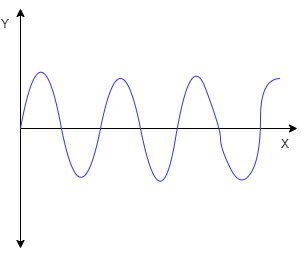
Before: Seasonality.png, a diagram exported from draw.io (satishgunjal/Images). Source tidied: cells renumbered, new cells last; positions are measured from the earlier drawing's top-left corner, leaving out a move shared by most shapes.
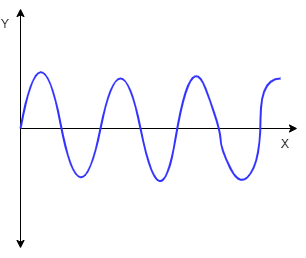
The same file after the commit.

Diff of the diagram source:
```diff
@@ -20,7 +20,7 @@
     <mxCell id="5" value="X" style="text;html=1;strokeColor=none;fillColor=none;align=center;verticalAlign=middle;whiteSpace=wrap;rounded=0;" parent="1" vertex="1">
       <mxGeometry x="280" y="130" width="10" height="10" as="geometry" />
     </mxCell>
-    <mxCell id="6" style="curved=1;endArrow=none;html=1;strokeColor=#3333FF;strokeWidth=1;startArrow=none;startFill=0;endFill=0;" parent="1" edge="1">
+    <mxCell id="6" style="curved=1;endArrow=none;html=1;strokeColor=#3333FF;strokeWidth=2;startArrow=none;startFill=0;endFill=0;" parent="1" edge="1">
       <mxGeometry relative="1" as="geometry">
         <mxPoint x="20" y="120" as="sourcePoint" />
         <mxPoint x="280" y="70" as="targetPoint" />
```
